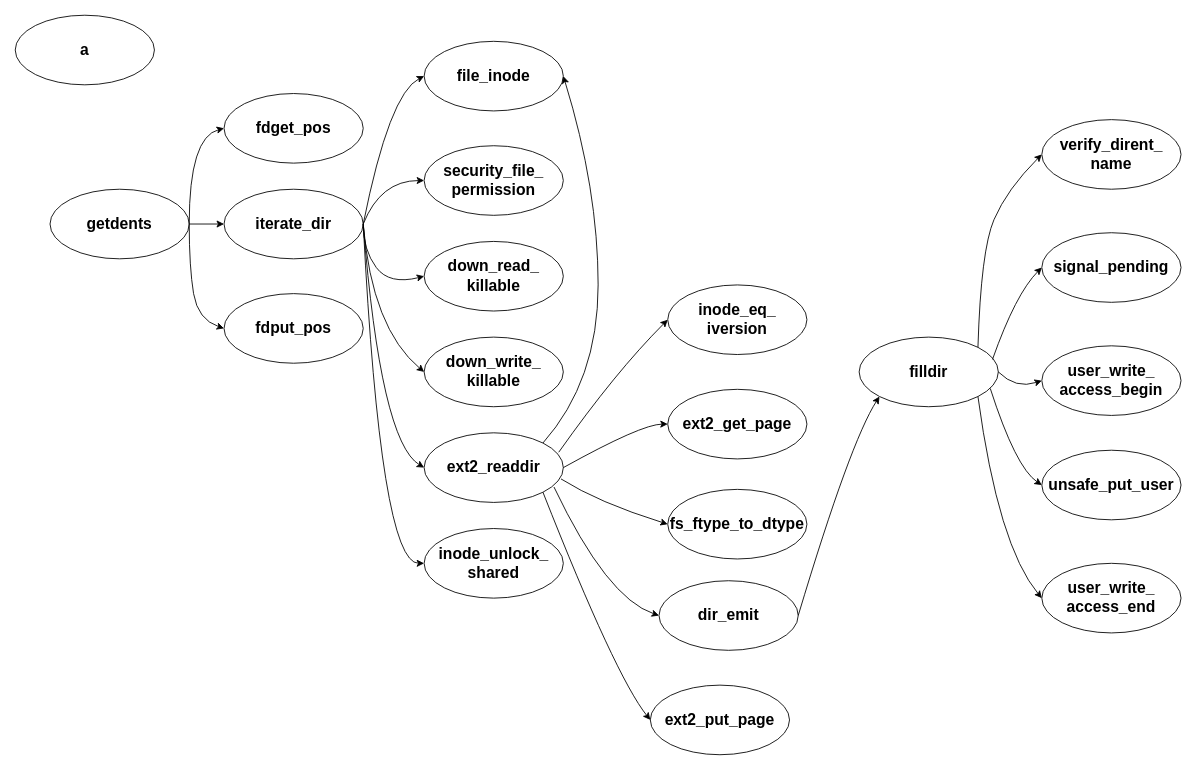
xuyizhe1999/drawio keeps this draw.io diagram as os-2022-spring/function_call.drawio. Above is the earlier version. Source tidied: cells renumbered, new cells numbered last; positions are measured from the earlier drawing's top-left corner, leaving out a move shared by most shapes. Both pictures are drawn from the tidied source at 87%, with x=0, y=0 at pixel (15, 15).
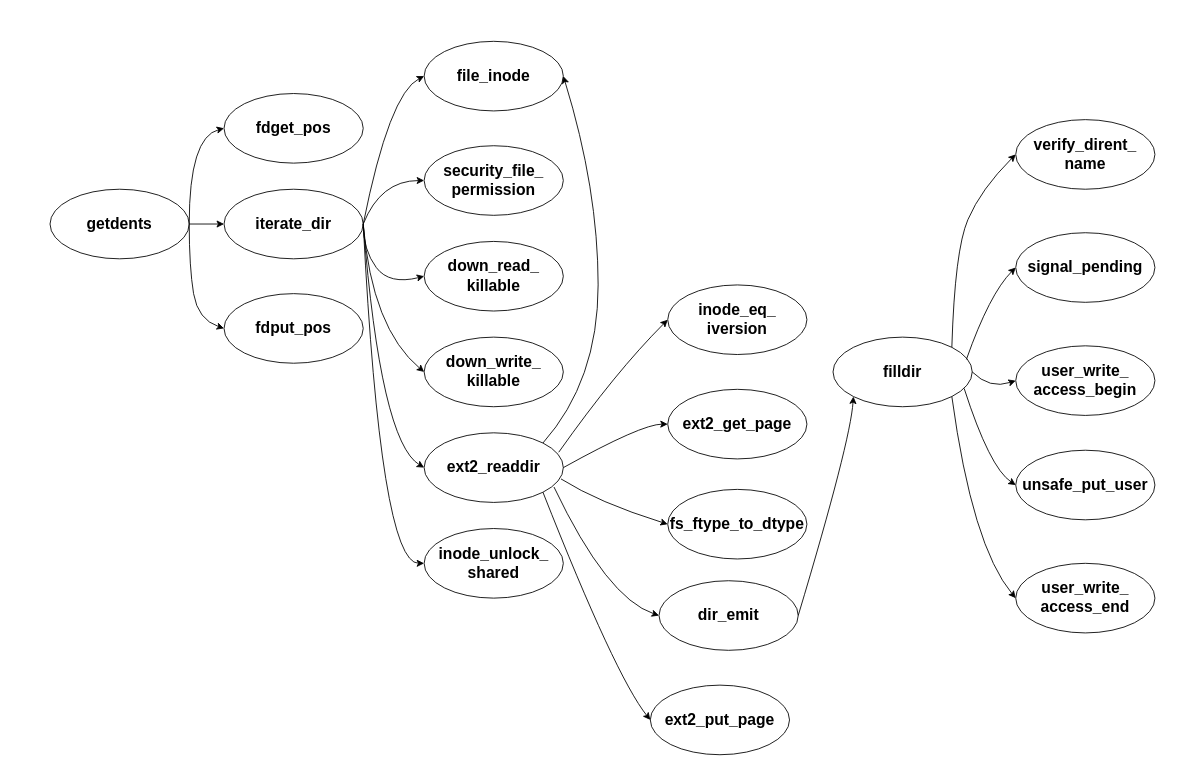
Above is the later version.

The edit, as a diff of the source:
```diff
@@
-    <mxCell id="2" value="&lt;font style=&quot;font-size: 18px&quot;&gt;&lt;b&gt;a&lt;/b&gt;&lt;/font&gt;" style="ellipse;whiteSpace=wrap;html=1;" parent="1" vertex="1">
-      <mxGeometry width="160" height="80" as="geometry" />
-    </mxCell>
@@
     <mxCell id="28" value="&lt;span style=&quot;font-size: 18px&quot;&gt;&lt;b&gt;filldir&lt;/b&gt;&lt;/span&gt;" style="ellipse;whiteSpace=wrap;html=1;" parent="1" vertex="1">
-      <mxGeometry x="970" y="370" width="160" height="80" as="geometry" />
+      <mxGeometry x="940" y="370" width="160" height="80" as="geometry" />
     </mxCell>
     <mxCell id="29" value="&lt;span style=&quot;font-size: 18px&quot;&gt;&lt;b&gt;verify_dirent_&lt;br&gt;name&lt;/b&gt;&lt;/span&gt;" style="ellipse;whiteSpace=wrap;html=1;" parent="1" vertex="1">
-      <mxGeometry x="1180" y="120" width="160" height="80" as="geometry" />
+      <mxGeometry x="1150" y="120" width="160" height="80" as="geometry" />
     </mxCell>
     <mxCell id="30" value="&lt;span style=&quot;font-size: 18px&quot;&gt;&lt;b&gt;signal_pending&lt;/b&gt;&lt;/span&gt;" style="ellipse;whiteSpace=wrap;html=1;" parent="1" vertex="1">
-      <mxGeometry x="1180" y="250" width="160" height="80" as="geometry" />
+      <mxGeometry x="1150" y="250" width="160" height="80" as="geometry" />
     </mxCell>
     <mxCell id="31" value="&lt;span style=&quot;font-size: 18px&quot;&gt;&lt;b&gt;user_write_&lt;br&gt;access_begin&lt;/b&gt;&lt;/span&gt;" style="ellipse;whiteSpace=wrap;html=1;" parent="1" vertex="1">
-      <mxGeometry x="1180" y="380" width="160" height="80" as="geometry" />
+      <mxGeometry x="1150" y="380" width="160" height="80" as="geometry" />
     </mxCell>
     <mxCell id="32" value="&lt;span style=&quot;font-size: 18px&quot;&gt;&lt;b&gt;unsafe_put_user&lt;/b&gt;&lt;/span&gt;" style="ellipse;whiteSpace=wrap;html=1;" parent="1" vertex="1">
-      <mxGeometry x="1180" y="500" width="160" height="80" as="geometry" />
+      <mxGeometry x="1150" y="500" width="160" height="80" as="geometry" />
     </mxCell>
     <mxCell id="33" value="&lt;span style=&quot;font-size: 18px&quot;&gt;&lt;b&gt;user_write_&lt;br&gt;access_end&lt;/b&gt;&lt;/span&gt;" style="ellipse;whiteSpace=wrap;html=1;" parent="1" vertex="1">
-      <mxGeometry x="1180" y="630" width="160" height="80" as="geometry" />
+      <mxGeometry x="1150" y="630" width="160" height="80" as="geometry" />
     </mxCell>
@@
     <mxCell id="40" style="curved=1;endArrow=classic;html=1;rounded=0;fontSize=18;entryX=0;entryY=0.5;entryDx=0;entryDy=0;exitX=1;exitY=0;exitDx=0;exitDy=0;" parent="1" edge="1" source="28" target="29">
       <mxGeometry relative="1" as="geometry">
         <Array as="points">
-          <mxPoint x="1110" y="270" />
-          <mxPoint x="1140" y="200" />
+          <mxPoint x="1080" y="270" />
+          <mxPoint x="1110" y="200" />
         </Array>
       </mxGeometry>
     </mxCell>
     <mxCell id="41" style="curved=1;endArrow=classic;html=1;rounded=0;fontSize=18;entryX=0;entryY=0.5;entryDx=0;entryDy=0;exitX=0.958;exitY=0.321;exitDx=0;exitDy=0;exitPerimeter=0;" parent="1" edge="1" source="28" target="30">
       <mxGeometry relative="1" as="geometry">
         <Array as="points">
-          <mxPoint x="1150" y="320" />
+          <mxPoint x="1120" y="320" />
         </Array>
       </mxGeometry>
     </mxCell>
     <mxCell id="42" style="curved=1;endArrow=classic;html=1;rounded=0;fontSize=18;entryX=0;entryY=0.5;entryDx=0;entryDy=0;exitX=1;exitY=0.5;exitDx=0;exitDy=0;" parent="1" edge="1" source="28" target="31">
       <mxGeometry relative="1" as="geometry">
         <Array as="points">
-          <mxPoint x="1150" y="430" />
+          <mxPoint x="1120" y="430" />
         </Array>
       </mxGeometry>
     </mxCell>
     <mxCell id="43" style="curved=1;endArrow=classic;html=1;rounded=0;fontSize=18;entryX=0;entryY=0.5;entryDx=0;entryDy=0;exitX=0.942;exitY=0.737;exitDx=0;exitDy=0;exitPerimeter=0;" parent="1" edge="1" source="28" target="32">
       <mxGeometry relative="1" as="geometry">
         <Array as="points">
-          <mxPoint x="1150" y="520" />
+          <mxPoint x="1120" y="520" />
         </Array>
       </mxGeometry>
     </mxCell>
     <mxCell id="44" style="curved=1;endArrow=classic;html=1;rounded=0;fontSize=18;entryX=0;entryY=0.5;entryDx=0;entryDy=0;exitX=1;exitY=1;exitDx=0;exitDy=0;" parent="1" edge="1" source="28" target="33">
       <mxGeometry relative="1" as="geometry">
         <Array as="points">
-          <mxPoint x="1130" y="610" />
+          <mxPoint x="1100" y="610" />
         </Array>
       </mxGeometry>
     </mxCell>
```
